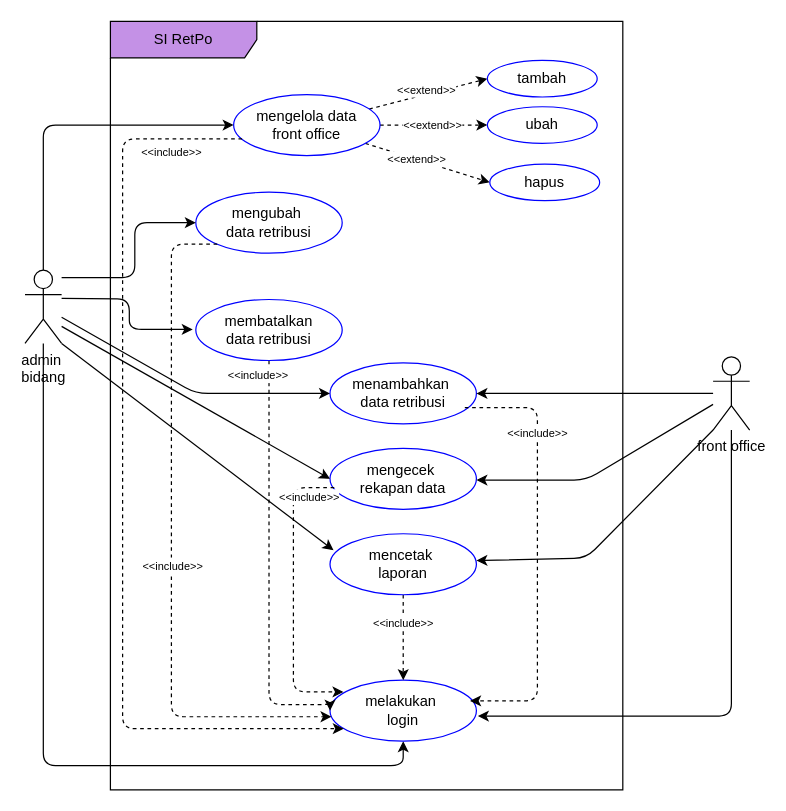
Before: page "use case" (1 of 2) of SI-retribusi.drawio in eenattayani/desain, a draw.io diagram. Source tidied: cells renumbered, new cells numbered last; positions are measured from the earlier drawing's top-left corner, leaving out a move shared by most shapes. Both pictures are drawn from the tidied source at 122%, with x=0, y=0 at pixel (24, 21).
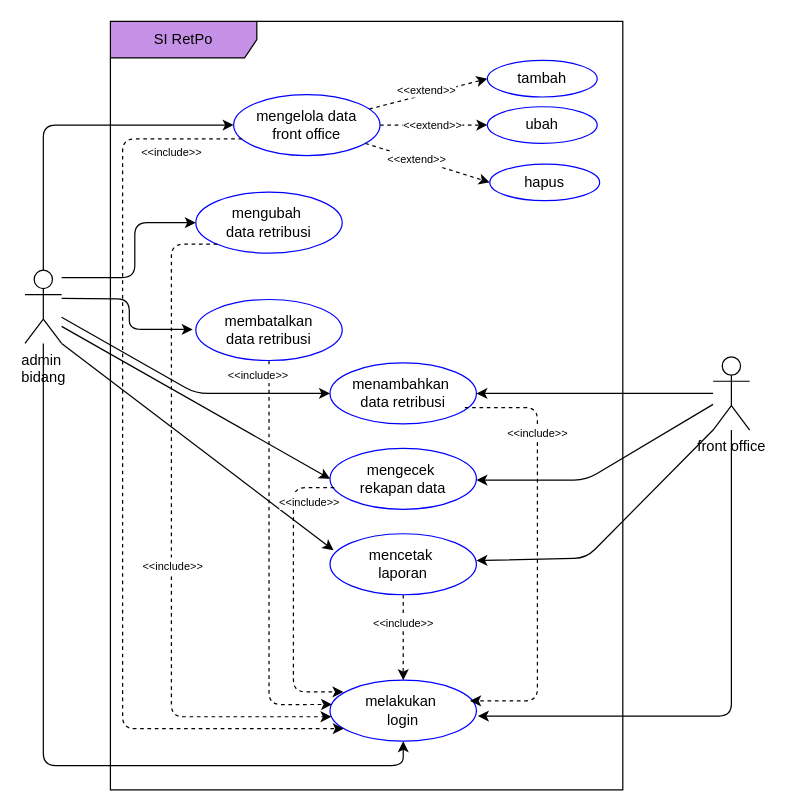
After the change.

The change refers to these unchanged cells:
```xml
<mxCell id="8" value="melakukan&amp;nbsp;&lt;div&gt;login&lt;/div&gt;" style="ellipse;whiteSpace=wrap;html=1;strokeColor=#0000FF;shadow=0;" parent="1" vertex="1">
  <mxGeometry x="250" y="540" width="120" height="50" as="geometry" />
</mxCell>
<mxCell id="19" value="membatalkan&lt;div&gt;data retribusi&lt;/div&gt;" style="ellipse;whiteSpace=wrap;html=1;strokeColor=#0000FF;shadow=0;" parent="1" vertex="1">
  <mxGeometry x="140" y="228" width="120" height="50" as="geometry" />
</mxCell>
<mxCell id="33" style="edgeStyle=elbowEdgeStyle;rounded=1;jettySize=auto;html=1;dashed=1;exitX=0.029;exitY=0.643;exitDx=0;exitDy=0;exitPerimeter=0;entryX=0.092;entryY=0.193;entryDx=0;entryDy=0;entryPerimeter=0;" parent="1" edge="1" source="20" target="8">
  <mxGeometry relative="1" as="geometry">
    <Array as="points">
      <mxPoint x="220" y="470" />
    </Array>
  </mxGeometry>
</mxCell>
```

Change to the diagram source:
```diff
@@
-    <mxCell id="18" style="edgeStyle=orthogonalEdgeStyle;rounded=1;jettySize=auto;html=1;entryX=0;entryY=0.5;entryDx=0;entryDy=0;curved=0;dashed=1;" parent="1" edge="1" source="19" target="8">
+    <mxCell id="18" style="edgeStyle=orthogonalEdgeStyle;rounded=1;jettySize=auto;html=1;entryX=0.014;entryY=0.399;entryDx=0;entryDy=0;curved=0;dashed=1;entryPerimeter=0;" parent="1" edge="1" source="19" target="8">
       <mxGeometry relative="1" as="geometry">
         <Array as="points">
           <mxPoint x="200" y="560" />
-          <mxPoint x="250" y="560" />
         </Array>
       </mxGeometry>
     </mxCell>
@@
     <mxCell id="34" value="&lt;font style=&quot;font-size: 9px;&quot;&gt;&amp;lt;&amp;lt;include&amp;gt;&amp;gt;&lt;/font&gt;" style="edgeLabel;html=1;align=center;verticalAlign=middle;" parent="33" vertex="1">
       <mxGeometry x="-0.29" y="-1" relative="1" as="geometry">
-        <mxPoint x="13" y="-45" as="offset" />
+        <mxPoint x="13" y="-41" as="offset" />
       </mxGeometry>
     </mxCell>
```
